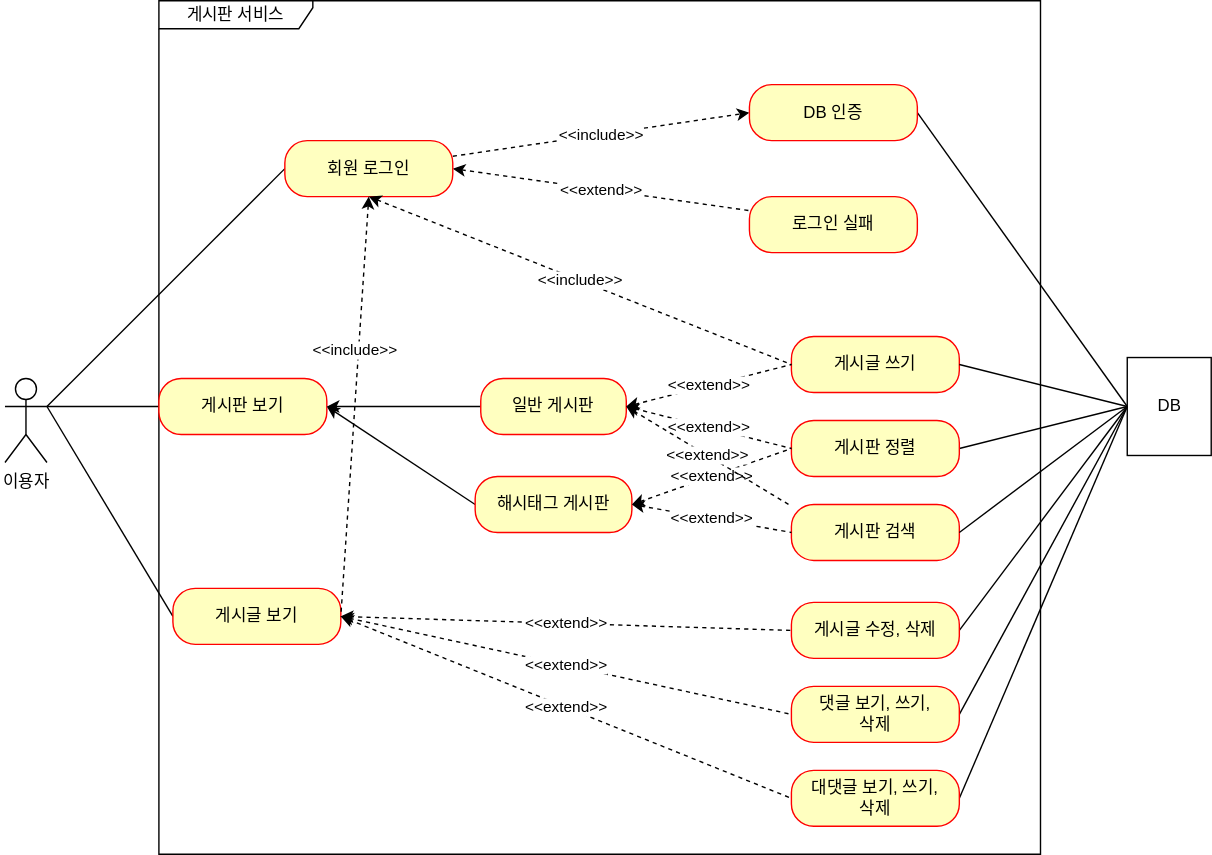
This is document/use-case.svg from jsc5023/boardProject, a draw.io export, as it was before one commit. Source tidied: cells renumbered, new cells last; positions are measured from the earlier drawing's top-left corner, leaving out a move shared by most shapes.
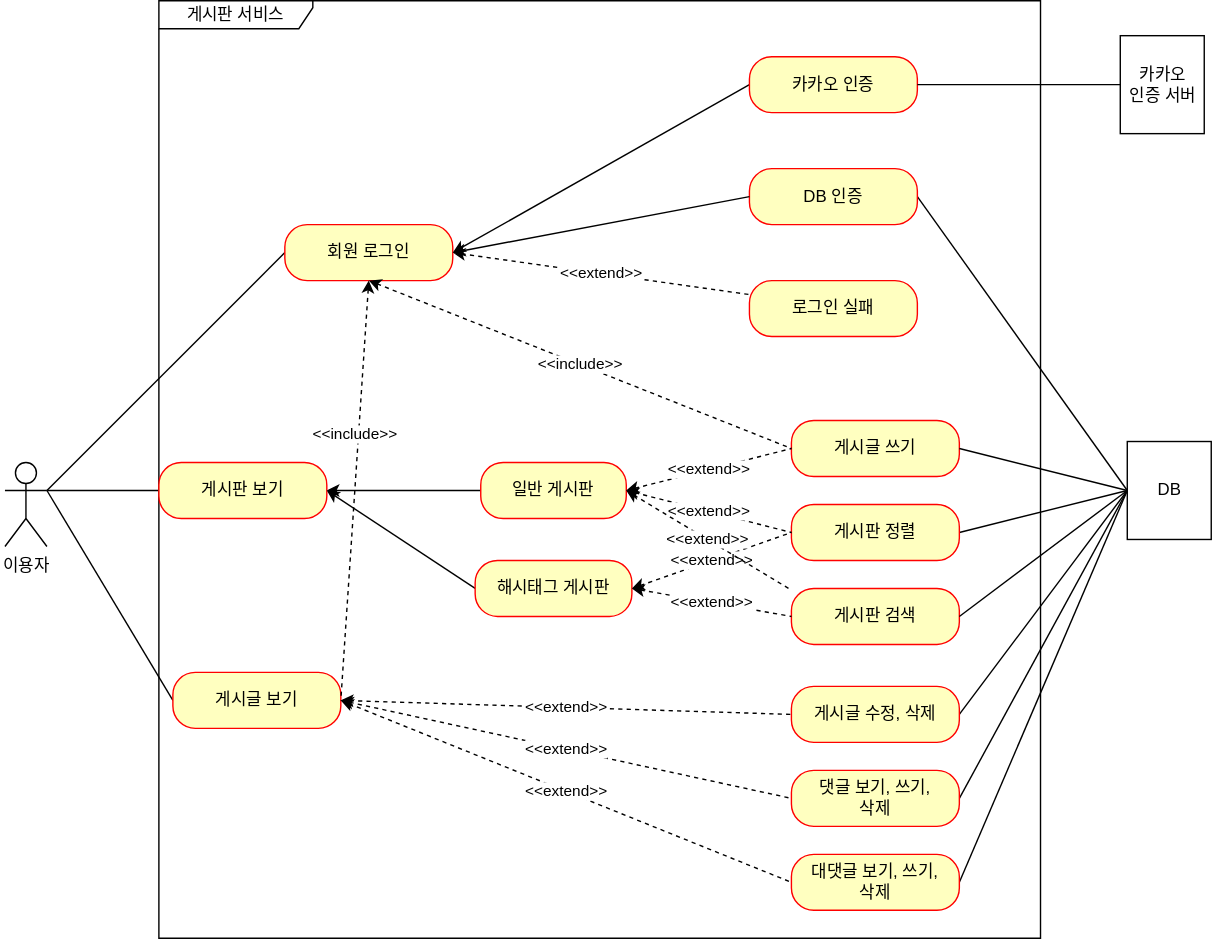
Later version of the same file.

Commit message:
#64 - use-case.svg: 카카오 인증 유즈 케이스 추가

Diff of the diagram source:
```diff
@@ -6,7 +6,7 @@
       <mxGeometry y="270" width="30" height="60" as="geometry" />
     </mxCell>
     <mxCell id="3" value="게시판 서비스" style="shape=umlFrame;whiteSpace=wrap;html=1;width=110;height=20;" parent="1" vertex="1">
-      <mxGeometry x="110" width="630" height="610" as="geometry" />
+      <mxGeometry x="110" y="-60" width="630" height="670" as="geometry" />
     </mxCell>
     <mxCell id="4" style="edgeStyle=none;rounded=0;jettySize=auto;html=1;entryX=1;entryY=0.3333333333333333;entryDx=0;entryDy=0;entryPerimeter=0;endArrow=none;endFill=0;exitX=0;exitY=0.5;exitDx=0;exitDy=0;" parent="1" edge="1" source="5" target="2">
       <mxGeometry relative="1" as="geometry" />
@@ -23,9 +23,6 @@
     <mxCell id="8" style="edgeStyle=none;rounded=0;jettySize=auto;html=1;entryX=1;entryY=0.3333333333333333;entryDx=0;entryDy=0;entryPerimeter=0;endArrow=none;endFill=0;exitX=0;exitY=0.5;exitDx=0;exitDy=0;" parent="1" edge="1" source="11" target="2">
       <mxGeometry relative="1" as="geometry" />
     </mxCell>
-    <mxCell id="9" value="&amp;lt;&amp;lt;include&amp;gt;&amp;gt;" style="edgeStyle=none;rounded=0;jettySize=auto;html=1;entryX=0;entryY=0.5;entryDx=0;entryDy=0;endArrow=classic;endFill=1;dashed=1;" parent="1" edge="1" source="11" target="13">
-      <mxGeometry relative="1" as="geometry" />
-    </mxCell>
     <mxCell id="10" value="&amp;lt;&amp;lt;extend&amp;gt;&amp;gt;" style="edgeStyle=none;rounded=0;jettySize=auto;html=1;exitX=1;exitY=0.5;exitDx=0;exitDy=0;entryX=0;entryY=0.25;entryDx=0;entryDy=0;endArrow=none;endFill=0;dashed=1;startArrow=classic;startFill=1;" parent="1" edge="1" source="11" target="14">
       <mxGeometry relative="1" as="geometry" />
     </mxCell>
@@ -132,5 +129,22 @@
         <mxPoint x="560" y="360" as="targetPoint" />
       </mxGeometry>
     </mxCell>
+    <mxCell id="43" style="rounded=0;jettySize=auto;html=1;entryX=1;entryY=0.5;entryDx=0;entryDy=0;exitX=0;exitY=0.5;exitDx=0;exitDy=0;" parent="1" edge="1" source="44" target="11">
+      <mxGeometry relative="1" as="geometry" />
+    </mxCell>
+    <mxCell id="44" value="카카오 인증" style="rounded=1;whiteSpace=wrap;html=1;arcSize=40;fontColor=#000000;fillColor=#ffffc0;strokeColor=#ff0000;" parent="1" vertex="1">
+      <mxGeometry x="532" y="-20" width="120" height="40" as="geometry" />
+    </mxCell>
+    <mxCell id="45" value="카카오&lt;br&gt;인증 서버" style="html=1;" parent="1" vertex="1">
+      <mxGeometry x="797" y="-35" width="60" height="70" as="geometry" />
+    </mxCell>
+    <mxCell id="46" style="edgeStyle=none;rounded=0;jettySize=auto;html=1;entryX=0;entryY=0.5;entryDx=0;entryDy=0;startArrow=none;startFill=0;endArrow=none;endFill=0;exitX=1;exitY=0.5;exitDx=0;exitDy=0;" parent="1" edge="1" source="44" target="45">
+      <mxGeometry relative="1" as="geometry" />
+    </mxCell>
+    <mxCell id="47" style="rounded=0;jettySize=auto;html=1;exitX=0;exitY=0.5;exitDx=0;exitDy=0;" parent="1" edge="1" source="13">
+      <mxGeometry relative="1" as="geometry">
+        <mxPoint x="320" y="120" as="targetPoint" />
+      </mxGeometry>
+    </mxCell>
   </root>
 </mxGraphModel>
```
